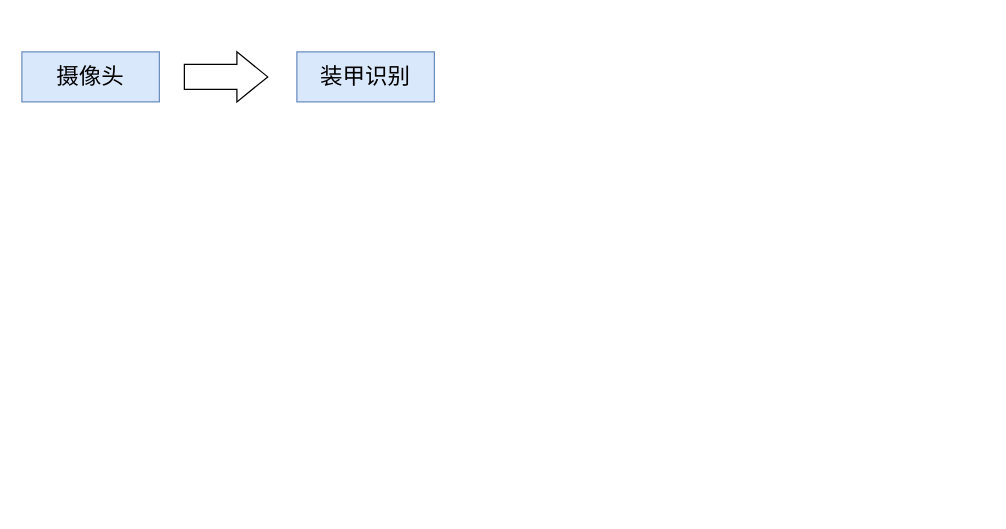
wudiyidashi/draw.io keeps this draw.io diagram as 未命名绘图.drawio. Above is the earlier version. Source tidied: cells renumbered, new cells numbered last; positions are measured from the earlier drawing's top-left corner, leaving out a move shared by most shapes. Both pictures are drawn from the tidied source at 125%, with x=0, y=0 at pixel (21, 51).
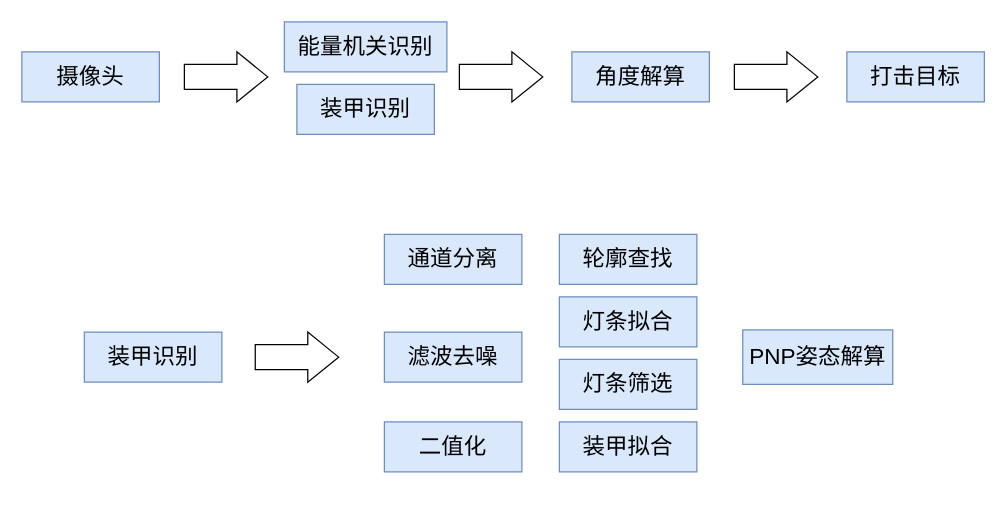
Above is the later version.

Commit message:
更新未命名绘图.drawio

What changed in the source:
```diff
@@
     <mxCell id="2" value="装甲识别" style="rounded=0;whiteSpace=wrap;html=1;fillColor=#dae8fc;strokeColor=#6c8ebf;fontSize=18;" parent="1" vertex="1">
-      <mxGeometry x="220" width="110" height="40" as="geometry" />
+      <mxGeometry x="220" y="26" width="110" height="40" as="geometry" />
     </mxCell>
@@
+    <mxCell id="5" value="角度解算" style="rounded=0;whiteSpace=wrap;html=1;fillColor=#dae8fc;strokeColor=#6c8ebf;fontSize=18;" parent="1" vertex="1">
+      <mxGeometry x="440" width="110" height="40" as="geometry" />
+    </mxCell>
+    <mxCell id="6" style="shape=singleArrow;whiteSpace=wrap;html=1;rounded=0;sketch=0;fontSize=18;arrowWidth=0.5;arrowSize=0.370031498425079;" parent="1" vertex="1">
+      <mxGeometry x="350" width="66.7" height="40" as="geometry" />
+    </mxCell>
+    <mxCell id="7" style="shape=singleArrow;whiteSpace=wrap;html=1;rounded=0;sketch=0;fontSize=18;arrowWidth=0.5;arrowSize=0.370031498425079;" parent="1" vertex="1">
+      <mxGeometry x="570" width="66.7" height="40" as="geometry" />
+    </mxCell>
+    <mxCell id="8" value="打击目标" style="rounded=0;whiteSpace=wrap;html=1;fillColor=#dae8fc;strokeColor=#6c8ebf;fontSize=18;" parent="1" vertex="1">
+      <mxGeometry x="660" width="110" height="40" as="geometry" />
+    </mxCell>
+    <mxCell id="9" value="能量机关识别" style="rounded=0;whiteSpace=wrap;html=1;fillColor=#dae8fc;strokeColor=#6c8ebf;fontSize=18;" parent="1" vertex="1">
+      <mxGeometry x="210" y="-24" width="130" height="40" as="geometry" />
+    </mxCell>
+    <mxCell id="10" style="edgeStyle=orthogonalEdgeStyle;rounded=0;jettySize=auto;html=1;exitX=0.5;exitY=1;exitDx=0;exitDy=0;entryX=0.5;entryY=0;entryDx=0;entryDy=0;strokeColor=#FFFFFF;" parent="1" edge="1" source="11" target="13">
+      <mxGeometry relative="1" as="geometry" />
+    </mxCell>
+    <mxCell id="11" value="通道分离" style="rounded=0;whiteSpace=wrap;html=1;fillColor=#dae8fc;strokeColor=#6c8ebf;fontSize=18;" parent="1" vertex="1">
+      <mxGeometry x="290" y="146" width="110" height="40" as="geometry" />
+    </mxCell>
+    <mxCell id="12" style="edgeStyle=orthogonalEdgeStyle;rounded=0;jettySize=auto;html=1;exitX=0.5;exitY=1;exitDx=0;exitDy=0;entryX=0.5;entryY=0;entryDx=0;entryDy=0;strokeColor=#FFFFFF;" parent="1" edge="1" source="13" target="15">
+      <mxGeometry relative="1" as="geometry" />
+    </mxCell>
+    <mxCell id="13" value="滤波去噪" style="rounded=0;whiteSpace=wrap;html=1;fillColor=#dae8fc;strokeColor=#6c8ebf;fontSize=18;" parent="1" vertex="1">
+      <mxGeometry x="290" y="224.2" width="110" height="40" as="geometry" />
+    </mxCell>
+    <mxCell id="14" style="edgeStyle=orthogonalEdgeStyle;rounded=0;jettySize=auto;html=1;exitX=0.5;exitY=1;exitDx=0;exitDy=0;entryX=0.5;entryY=0;entryDx=0;entryDy=0;strokeColor=#FFFFFF;" parent="1" edge="1" source="15" target="17">
+      <mxGeometry relative="1" as="geometry">
+        <Array as="points">
+          <mxPoint x="345" y="356" />
+          <mxPoint x="420" y="356" />
+          <mxPoint x="420" y="126" />
+          <mxPoint x="485" y="126" />
+        </Array>
+      </mxGeometry>
+    </mxCell>
+    <mxCell id="15" value="二值化" style="rounded=0;whiteSpace=wrap;html=1;fillColor=#dae8fc;strokeColor=#6c8ebf;fontSize=18;" parent="1" vertex="1">
+      <mxGeometry x="290" y="296" width="110" height="40" as="geometry" />
+    </mxCell>
+    <mxCell id="16" style="edgeStyle=orthogonalEdgeStyle;rounded=0;jettySize=auto;html=1;exitX=0.5;exitY=1;exitDx=0;exitDy=0;entryX=0.5;entryY=0;entryDx=0;entryDy=0;strokeColor=#FFFFFF;" parent="1" edge="1" source="17" target="19">
+      <mxGeometry relative="1" as="geometry" />
+    </mxCell>
+    <mxCell id="17" value="轮廓查找" style="rounded=0;whiteSpace=wrap;html=1;fillColor=#dae8fc;strokeColor=#6c8ebf;fontSize=18;" parent="1" vertex="1">
+      <mxGeometry x="430" y="146" width="110" height="40" as="geometry" />
+    </mxCell>
+    <mxCell id="18" style="edgeStyle=orthogonalEdgeStyle;rounded=0;jettySize=auto;html=1;exitX=0.5;exitY=1;exitDx=0;exitDy=0;entryX=0.5;entryY=0;entryDx=0;entryDy=0;strokeColor=#FFFFFF;" parent="1" edge="1" source="19" target="21">
+      <mxGeometry relative="1" as="geometry" />
+    </mxCell>
+    <mxCell id="19" value="灯条拟合" style="rounded=0;whiteSpace=wrap;html=1;fillColor=#dae8fc;strokeColor=#6c8ebf;fontSize=18;" parent="1" vertex="1">
+      <mxGeometry x="430" y="196" width="110" height="40" as="geometry" />
+    </mxCell>
+    <mxCell id="20" style="edgeStyle=orthogonalEdgeStyle;rounded=0;jettySize=auto;html=1;exitX=0.5;exitY=1;exitDx=0;exitDy=0;entryX=0.5;entryY=0;entryDx=0;entryDy=0;strokeColor=#FFFFFF;" parent="1" edge="1" source="21" target="23">
+      <mxGeometry relative="1" as="geometry" />
+    </mxCell>
+    <mxCell id="21" value="灯条筛选" style="rounded=0;whiteSpace=wrap;html=1;fillColor=#dae8fc;strokeColor=#6c8ebf;fontSize=18;" parent="1" vertex="1">
+      <mxGeometry x="430" y="246" width="110" height="40" as="geometry" />
+    </mxCell>
+    <mxCell id="22" style="edgeStyle=orthogonalEdgeStyle;rounded=0;jettySize=auto;html=1;exitX=0.5;exitY=1;exitDx=0;exitDy=0;entryX=0.5;entryY=0;entryDx=0;entryDy=0;strokeColor=#FFFFFF;" parent="1" edge="1" source="23" target="24">
+      <mxGeometry relative="1" as="geometry">
+        <Array as="points">
+          <mxPoint x="485" y="346" />
+          <mxPoint x="557" y="346" />
+          <mxPoint x="557" y="202" />
+          <mxPoint x="637" y="202" />
+        </Array>
+      </mxGeometry>
+    </mxCell>
+    <mxCell id="23" value="装甲拟合" style="rounded=0;whiteSpace=wrap;html=1;fillColor=#dae8fc;strokeColor=#6c8ebf;fontSize=18;" parent="1" vertex="1">
+      <mxGeometry x="430" y="296" width="110" height="40" as="geometry" />
+    </mxCell>
+    <mxCell id="24" value="PNP姿态解算" style="rounded=0;whiteSpace=wrap;html=1;fillColor=#dae8fc;strokeColor=#6c8ebf;fontSize=18;" parent="1" vertex="1">
+      <mxGeometry x="576.7" y="222.4" width="120" height="43.6" as="geometry" />
+    </mxCell>
+    <mxCell id="25" value="装甲识别" style="rounded=0;whiteSpace=wrap;html=1;fillColor=#dae8fc;strokeColor=#6c8ebf;fontSize=18;" parent="1" vertex="1">
+      <mxGeometry x="50" y="224.2" width="110" height="40" as="geometry" />
+    </mxCell>
+    <mxCell id="26" style="shape=singleArrow;whiteSpace=wrap;html=1;rounded=0;sketch=0;fontSize=18;arrowWidth=0.5;arrowSize=0.370031498425079;" parent="1" vertex="1">
+      <mxGeometry x="186.7" y="224.2" width="66.7" height="40" as="geometry" />
+    </mxCell>
```
